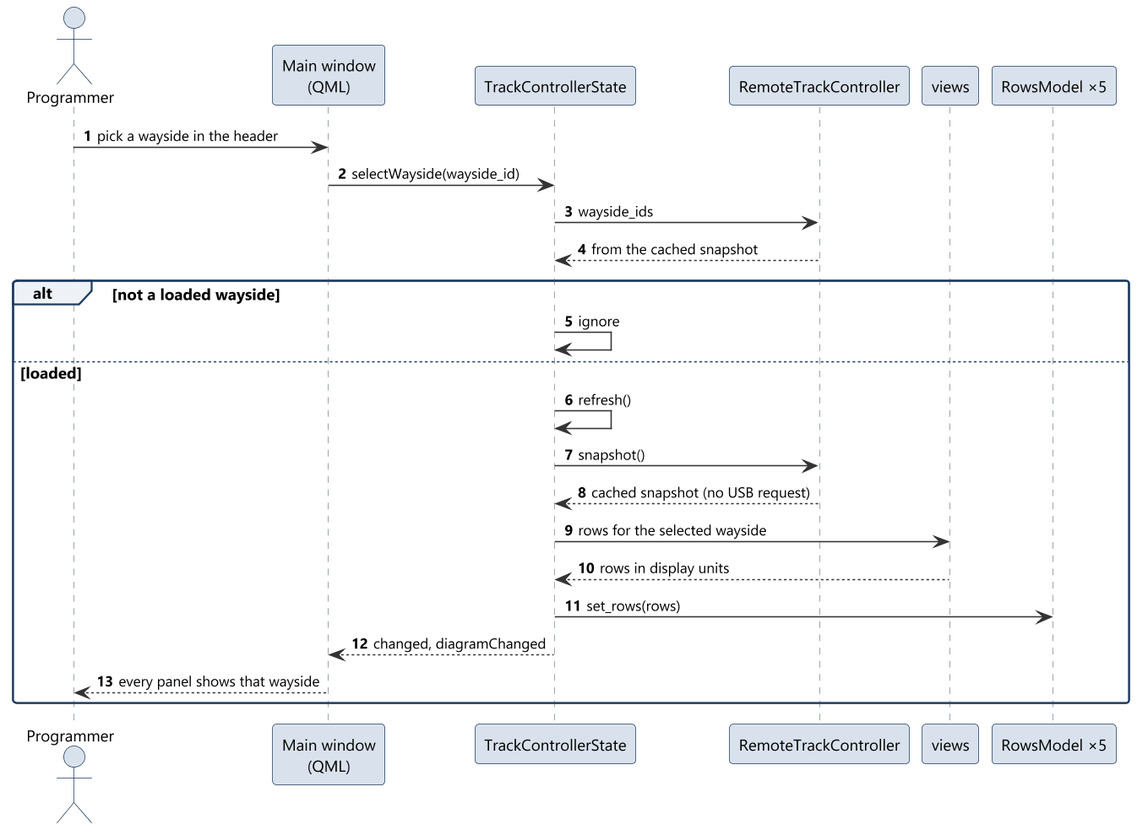
Earlier version of the PlantUML export documents/uml/track_ctrl_hw/sd03_select_wayside.png (Landiss04/Track-Overflow). Source of this version:
```plantuml
@startuml sd03_select_wayside
!include ../style.iuml
autonumber

actor Programmer as P
participant "Main window\n(QML)" as QML
participant "TrackControllerState" as State
participant "RemoteTrackController" as Remote
participant "views" as Views
participant "RowsModel ×5" as Rows

P -> QML : pick a wayside in the header
QML -> State : selectWayside(wayside_id)
State -> Remote : wayside_ids
Remote --> State : from the cached snapshot
alt not a loaded wayside
  State -> State : ignore
else loaded
  State -> State : refresh()
  State -> Remote : snapshot()
  Remote --> State : cached snapshot (no USB request)
  State -> Views : rows for the selected wayside
  Views --> State : rows in display units
  State -> Rows : set_rows(rows)
  State --> QML : changed, diagramChanged
  QML --> P : every panel shows that wayside
end
@enduml
```
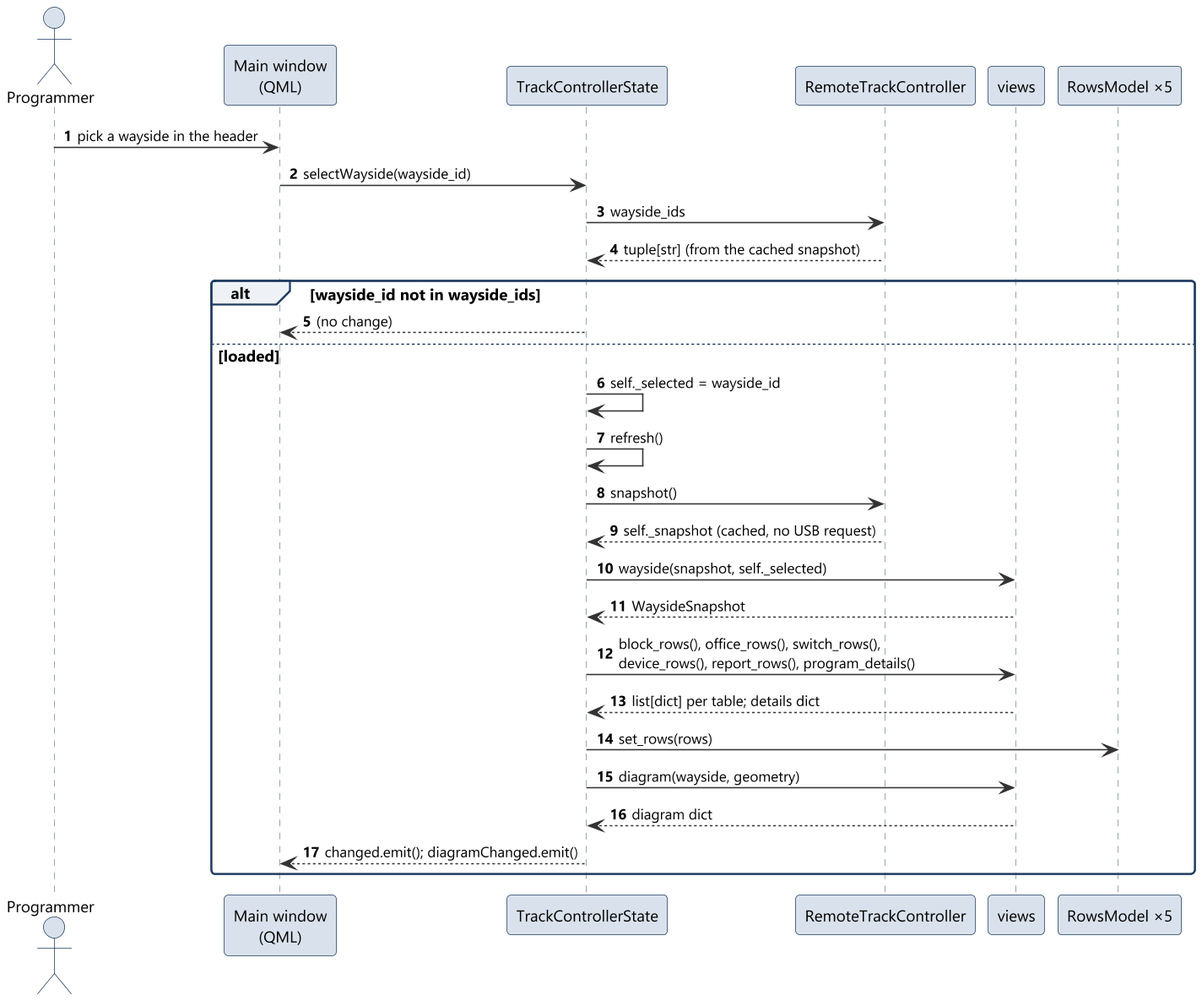
After the change.

Change to the diagram source:
```diff
@@ -12,17 +12,21 @@
 P -> QML : pick a wayside in the header
 QML -> State : selectWayside(wayside_id)
 State -> Remote : wayside_ids
-Remote --> State : from the cached snapshot
-alt not a loaded wayside
-  State -> State : ignore
+Remote --> State : tuple[str] (from the cached snapshot)
+alt wayside_id not in wayside_ids
+  State --> QML : (no change)
 else loaded
+  State -> State : self._selected = wayside_id
   State -> State : refresh()
   State -> Remote : snapshot()
-  Remote --> State : cached snapshot (no USB request)
-  State -> Views : rows for the selected wayside
-  Views --> State : rows in display units
+  Remote --> State : self._snapshot (cached, no USB request)
+  State -> Views : wayside(snapshot, self._selected)
+  Views --> State : WaysideSnapshot
+  State -> Views : block_rows(), office_rows(), switch_rows(),\ndevice_rows(), report_rows(), program_details()
+  Views --> State : list[dict] per table; details dict
   State -> Rows : set_rows(rows)
-  State --> QML : changed, diagramChanged
-  QML --> P : every panel shows that wayside
+  State -> Views : diagram(wayside, geometry)
+  Views --> State : diagram dict
+  State --> QML : changed.emit(); diagramChanged.emit()
 end
 @enduml
```
